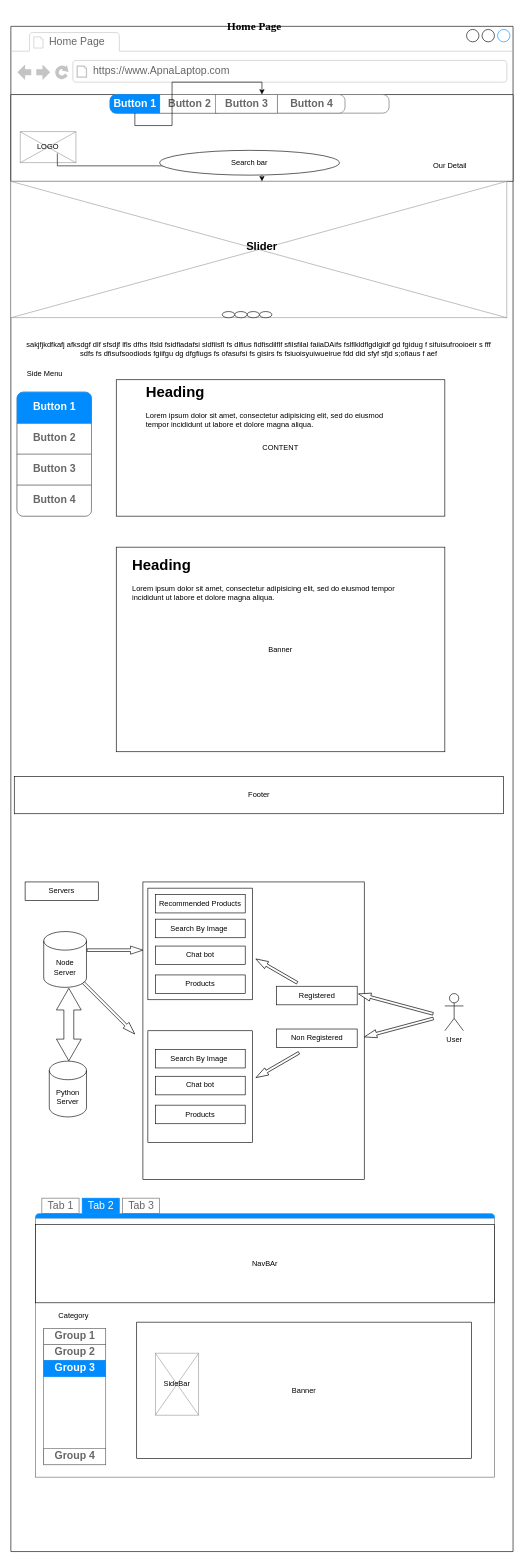
Hamza8479/Wireframe keeps this draw.io diagram as HomePage.drawio. Above is the earlier version. Source tidied: cells renumbered, new cells numbered last; positions are measured from the earlier drawing's top-left corner, leaving out a move shared by most shapes. Both pictures are drawn from the tidied source at 62%, with x=0, y=0 at pixel (11, 20).
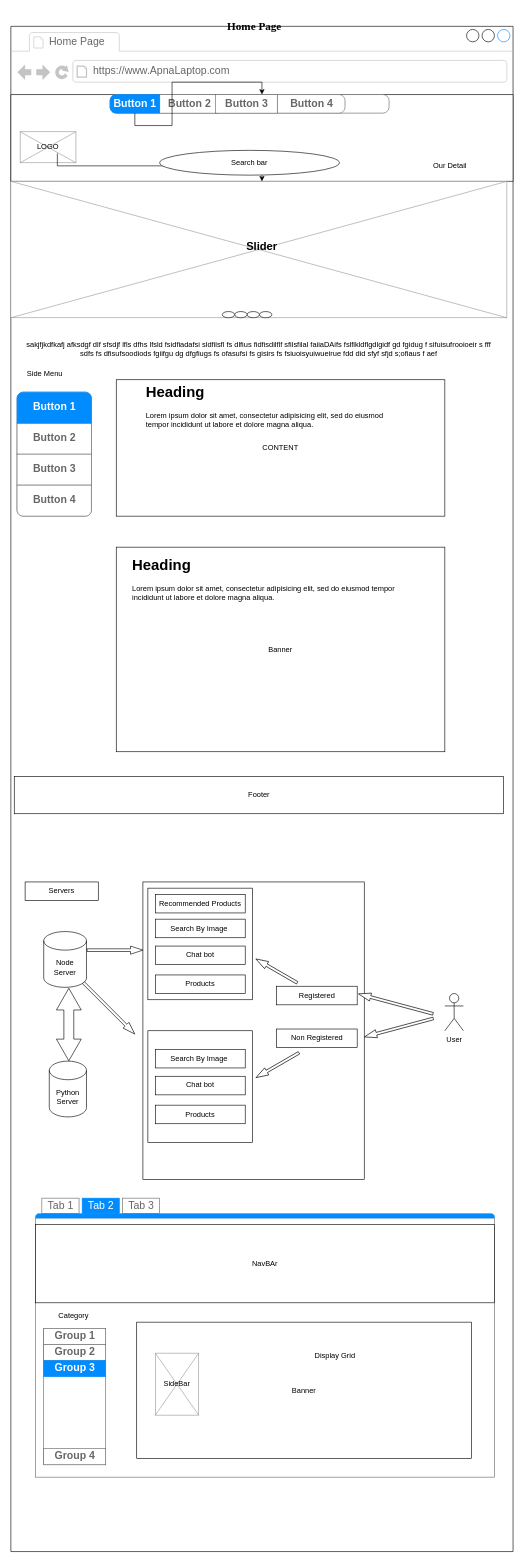
Above is the later version.

Diff of the diagram source:
```diff
@@
+    <mxCell id="75" value="Display Grid" style="text;html=1;strokeColor=none;fillColor=none;align=center;verticalAlign=middle;whiteSpace=wrap;rounded=0;" parent="1" vertex="1">
+      <mxGeometry x="433" y="2140" width="180" height="30" as="geometry" />
+    </mxCell>
```
